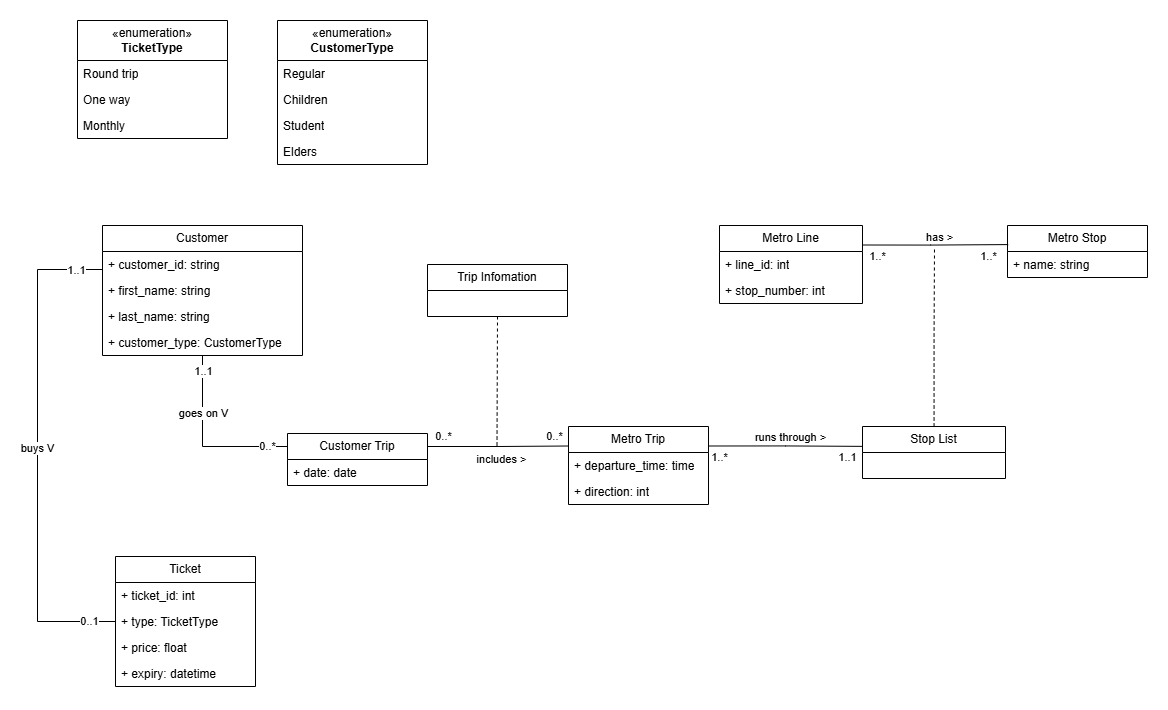
Before: metro_project-UML.png, a diagram exported from draw.io (emochivo/the_metro_project). Source tidied: cells renumbered, new cells last; positions are measured from the earlier drawing's top-left corner, leaving out a move shared by most shapes.
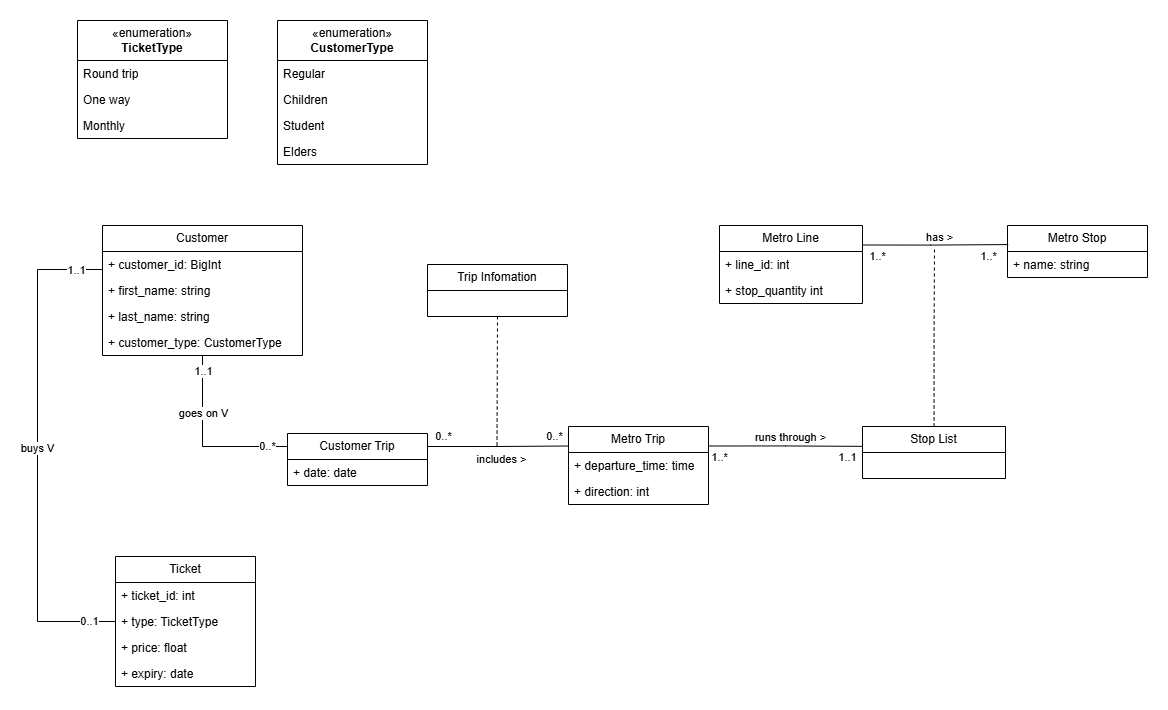
The same file after the commit.

Diff of the diagram source:
```diff
@@ -41,7 +41,7 @@
     <mxCell id="10" value="Customer" style="swimlane;fontStyle=0;horizontal=1;startSize=26;fillColor=none;whiteSpace=wrap;html=1;" parent="1" vertex="1">
       <mxGeometry x="65" y="205" width="200" height="130" as="geometry" />
     </mxCell>
-    <mxCell id="11" value="+ customer_id: string" style="text;strokeColor=none;fillColor=none;align=left;verticalAlign=top;spacingLeft=4;spacingRight=4;overflow=hidden;whiteSpace=wrap;html=1;" parent="10" vertex="1">
+    <mxCell id="11" value="+ customer_id: BigInt" style="text;strokeColor=none;fillColor=none;align=left;verticalAlign=top;spacingLeft=4;spacingRight=4;overflow=hidden;whiteSpace=wrap;html=1;" parent="10" vertex="1">
       <mxGeometry y="26" width="200" height="26" as="geometry" />
     </mxCell>
     <mxCell id="12" value="+ first_name: string" style="text;strokeColor=none;fillColor=none;align=left;verticalAlign=top;spacingLeft=4;spacingRight=4;overflow=hidden;whiteSpace=wrap;html=1;" parent="10" vertex="1">
@@ -87,7 +87,7 @@
     <mxCell id="22" value="+ line_id: int" style="text;strokeColor=none;fillColor=none;align=left;verticalAlign=top;spacingLeft=4;spacingRight=4;overflow=hidden;whiteSpace=wrap;html=1;" parent="21" vertex="1">
       <mxGeometry y="26" width="143" height="26" as="geometry" />
     </mxCell>
-    <mxCell id="23" value="+ stop_number: int" style="text;strokeColor=none;fillColor=none;align=left;verticalAlign=top;spacingLeft=4;spacingRight=4;overflow=hidden;whiteSpace=wrap;html=1;" parent="21" vertex="1">
+    <mxCell id="23" value="+ stop_quantity int" style="text;strokeColor=none;fillColor=none;align=left;verticalAlign=top;spacingLeft=4;spacingRight=4;overflow=hidden;whiteSpace=wrap;html=1;" parent="21" vertex="1">
       <mxGeometry y="52" width="143" height="26" as="geometry" />
     </mxCell>
     <mxCell id="24" value="Ticket" style="swimlane;fontStyle=0;horizontal=1;startSize=26;fillColor=none;whiteSpace=wrap;html=1;" parent="1" vertex="1">
@@ -102,7 +102,7 @@
     <mxCell id="27" value="+ price: float" style="text;strokeColor=none;fillColor=none;align=left;verticalAlign=top;spacingLeft=4;spacingRight=4;overflow=hidden;whiteSpace=wrap;html=1;" parent="24" vertex="1">
       <mxGeometry y="78" width="140" height="26" as="geometry" />
     </mxCell>
-    <mxCell id="28" value="+ expiry: datetime" style="text;strokeColor=none;fillColor=none;align=left;verticalAlign=top;spacingLeft=4;spacingRight=4;overflow=hidden;whiteSpace=wrap;html=1;" parent="24" vertex="1">
+    <mxCell id="28" value="+ expiry: date" style="text;strokeColor=none;fillColor=none;align=left;verticalAlign=top;spacingLeft=4;spacingRight=4;overflow=hidden;whiteSpace=wrap;html=1;" parent="24" vertex="1">
       <mxGeometry y="104" width="140" height="26" as="geometry" />
     </mxCell>
     <mxCell id="29" value="«enumeration»&lt;br&gt;&lt;b&gt;CustomerType&lt;/b&gt;" style="swimlane;fontStyle=0;horizontal=1;startSize=40;fillColor=none;whiteSpace=wrap;html=1;" parent="1" vertex="1">
```
